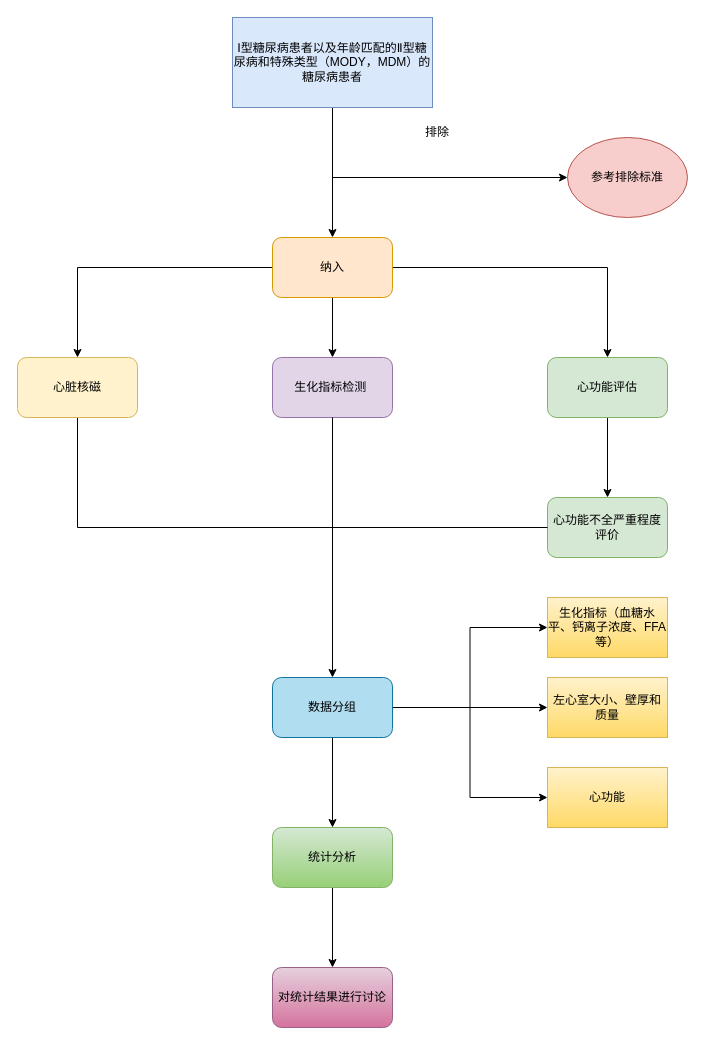
Above: DCM.drawio in brookicv/GolombCode (draw.io), before the change. Source tidied: cells renumbered, new cells numbered last; positions are measured from the earlier drawing's top-left corner, leaving out a move shared by most shapes. Both pictures are drawn from the tidied source at 100%, with x=0, y=0 at pixel (17, 17).
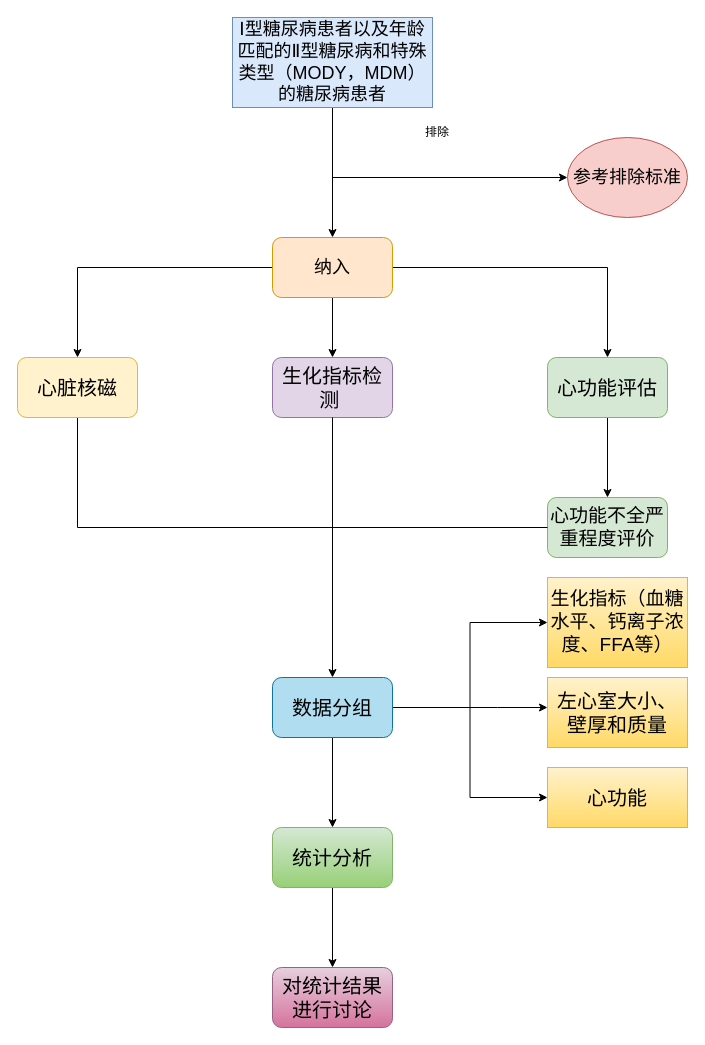
Above is the later version.

Diff of the diagram source:
```diff
@@
-    <mxCell id="3" value="Ⅰ型糖尿病患者以及年龄匹配的Ⅱ型糖尿病和特殊类型（MODY，MDM）的糖尿病患者" style="rounded=0;whiteSpace=wrap;html=1;fillColor=#dae8fc;strokeColor=#6c8ebf;" parent="1" vertex="1">
+    <mxCell id="3" value="&lt;font style=&quot;font-size: 18px&quot;&gt;Ⅰ型糖尿病患者以及年龄匹配的Ⅱ型糖尿病和特殊类型（MODY，MDM）的糖尿病患者&lt;/font&gt;" style="rounded=0;whiteSpace=wrap;html=1;fillColor=#dae8fc;strokeColor=#6c8ebf;" parent="1" vertex="1">
       <mxGeometry x="215" width="200" height="90" as="geometry" />
     </mxCell>
@@
-    <mxCell id="7" value="纳入" style="rounded=1;whiteSpace=wrap;html=1;fillColor=#ffe6cc;strokeColor=#d79b00;" parent="1" vertex="1">
+    <mxCell id="7" value="&lt;font style=&quot;font-size: 18px&quot;&gt;纳入&lt;/font&gt;" style="rounded=1;whiteSpace=wrap;html=1;fillColor=#ffe6cc;strokeColor=#d79b00;" parent="1" vertex="1">
       <mxGeometry x="255" y="220" width="120" height="60" as="geometry" />
     </mxCell>
-    <mxCell id="8" value="参考排除标准" style="ellipse;whiteSpace=wrap;html=1;fillColor=#f8cecc;strokeColor=#b85450;" parent="1" vertex="1">
+    <mxCell id="8" value="&lt;font style=&quot;font-size: 18px&quot;&gt;参考排除标准&lt;/font&gt;" style="ellipse;whiteSpace=wrap;html=1;fillColor=#f8cecc;strokeColor=#b85450;" parent="1" vertex="1">
       <mxGeometry x="550" y="120" width="120" height="80" as="geometry" />
     </mxCell>
@@
-    <mxCell id="12" value="心脏核磁" style="rounded=1;whiteSpace=wrap;html=1;fillColor=#fff2cc;strokeColor=#d6b656;" parent="1" vertex="1">
+    <mxCell id="12" value="&lt;font style=&quot;font-size: 20px&quot;&gt;心脏核磁&lt;/font&gt;" style="rounded=1;whiteSpace=wrap;html=1;fillColor=#fff2cc;strokeColor=#d6b656;" parent="1" vertex="1">
       <mxGeometry y="340" width="120" height="60" as="geometry" />
     </mxCell>
-    <mxCell id="13" value="生化指标检测&lt;span style=&quot;white-space: pre&quot;&gt; &lt;/span&gt;" style="rounded=1;whiteSpace=wrap;html=1;fillColor=#e1d5e7;strokeColor=#9673a6;" parent="1" vertex="1">
+    <mxCell id="13" value="&lt;font style=&quot;font-size: 20px&quot;&gt;生化指标检测&lt;span style=&quot;white-space: pre&quot;&gt; &lt;/span&gt;&lt;/font&gt;" style="rounded=1;whiteSpace=wrap;html=1;fillColor=#e1d5e7;strokeColor=#9673a6;" parent="1" vertex="1">
       <mxGeometry x="255" y="340" width="120" height="60" as="geometry" />
     </mxCell>
@@
-    <mxCell id="15" value="心功能评估" style="rounded=1;whiteSpace=wrap;html=1;fillColor=#d5e8d4;strokeColor=#82b366;" parent="1" vertex="1">
+    <mxCell id="15" value="&lt;font style=&quot;font-size: 20px&quot;&gt;心功能评估&lt;/font&gt;" style="rounded=1;whiteSpace=wrap;html=1;fillColor=#d5e8d4;strokeColor=#82b366;" parent="1" vertex="1">
       <mxGeometry x="530" y="340" width="120" height="60" as="geometry" />
     </mxCell>
-    <mxCell id="16" value="心功能不全严重程度评价" style="rounded=1;whiteSpace=wrap;html=1;fillColor=#d5e8d4;strokeColor=#82b366;" parent="1" vertex="1">
+    <mxCell id="16" value="&lt;font style=&quot;font-size: 19px&quot;&gt;心功能不全严重程度评价&lt;/font&gt;" style="rounded=1;whiteSpace=wrap;html=1;fillColor=#d5e8d4;strokeColor=#82b366;" parent="1" vertex="1">
       <mxGeometry x="530" y="480" width="120" height="60" as="geometry" />
     </mxCell>
     <mxCell id="17" style="edgeStyle=orthogonalEdgeStyle;rounded=0;jettySize=auto;html=1;exitX=1;exitY=0.5;exitDx=0;exitDy=0;" parent="1" edge="1" source="21" target="25">
-      <mxGeometry relative="1" as="geometry" />
+      <mxGeometry relative="1" as="geometry">
+        <Array as="points">
+          <mxPoint x="480" y="690" />
+          <mxPoint x="480" y="690" />
+        </Array>
+      </mxGeometry>
     </mxCell>
@@
-    <mxCell id="21" value="数据分组" style="rounded=1;whiteSpace=wrap;html=1;fillColor=#b1ddf0;strokeColor=#10739e;" parent="1" vertex="1">
+    <mxCell id="21" value="&lt;font style=&quot;font-size: 20px&quot;&gt;数据分组&lt;/font&gt;" style="rounded=1;whiteSpace=wrap;html=1;fillColor=#b1ddf0;strokeColor=#10739e;" parent="1" vertex="1">
       <mxGeometry x="255" y="660" width="120" height="60" as="geometry" />
     </mxCell>
@@
-    <mxCell id="24" value="生化指标（血糖水平、钙离子浓度、FFA等）" style="rounded=0;whiteSpace=wrap;html=1;fillColor=#fff2cc;strokeColor=#d6b656;gradientColor=#ffd966;" parent="1" vertex="1">
-      <mxGeometry x="530" y="580" width="120" height="60" as="geometry" />
+    <mxCell id="24" value="&lt;font style=&quot;font-size: 19px&quot;&gt;生化指标（血糖水平、钙离子浓度、FFA等）&lt;/font&gt;" style="rounded=0;whiteSpace=wrap;html=1;fillColor=#fff2cc;strokeColor=#d6b656;gradientColor=#ffd966;" parent="1" vertex="1">
+      <mxGeometry x="530" y="560" width="140" height="90" as="geometry" />
     </mxCell>
-    <mxCell id="25" value="左心室大小、壁厚和质量" style="rounded=0;whiteSpace=wrap;html=1;fillColor=#fff2cc;strokeColor=#d6b656;gradientColor=#ffd966;" parent="1" vertex="1">
-      <mxGeometry x="530" y="660" width="120" height="60" as="geometry" />
+    <mxCell id="25" value="&lt;font style=&quot;font-size: 20px&quot;&gt;左心室大小、壁厚和质量&lt;/font&gt;" style="rounded=0;whiteSpace=wrap;html=1;fillColor=#fff2cc;strokeColor=#d6b656;gradientColor=#ffd966;" parent="1" vertex="1">
+      <mxGeometry x="530" y="660" width="140" height="70" as="geometry" />
     </mxCell>
-    <mxCell id="26" value="心功能" style="rounded=0;whiteSpace=wrap;html=1;fillColor=#fff2cc;strokeColor=#d6b656;gradientColor=#ffd966;" parent="1" vertex="1">
-      <mxGeometry x="530" y="750" width="120" height="60" as="geometry" />
+    <mxCell id="26" value="&lt;font style=&quot;font-size: 20px&quot;&gt;心功能&lt;/font&gt;" style="rounded=0;whiteSpace=wrap;html=1;fillColor=#fff2cc;strokeColor=#d6b656;gradientColor=#ffd966;" parent="1" vertex="1">
+      <mxGeometry x="530" y="750" width="140" height="60" as="geometry" />
     </mxCell>
@@
-    <mxCell id="28" value="统计分析" style="rounded=1;whiteSpace=wrap;html=1;fillColor=#d5e8d4;gradientColor=#97d077;strokeColor=#82b366;" parent="1" vertex="1">
+    <mxCell id="28" value="&lt;font style=&quot;font-size: 20px&quot;&gt;统计分析&lt;/font&gt;" style="rounded=1;whiteSpace=wrap;html=1;fillColor=#d5e8d4;gradientColor=#97d077;strokeColor=#82b366;" parent="1" vertex="1">
       <mxGeometry x="255" y="810" width="120" height="60" as="geometry" />
     </mxCell>
-    <mxCell id="29" value="对统计结果进行讨论" style="rounded=1;whiteSpace=wrap;html=1;fillColor=#e6d0de;gradientColor=#d5739d;strokeColor=#996185;" parent="1" vertex="1">
+    <mxCell id="29" value="&lt;font style=&quot;font-size: 20px&quot;&gt;对统计结果进行讨论&lt;/font&gt;" style="rounded=1;whiteSpace=wrap;html=1;fillColor=#e6d0de;gradientColor=#d5739d;strokeColor=#996185;" parent="1" vertex="1">
       <mxGeometry x="255" y="950" width="120" height="60" as="geometry" />
     </mxCell>
```
